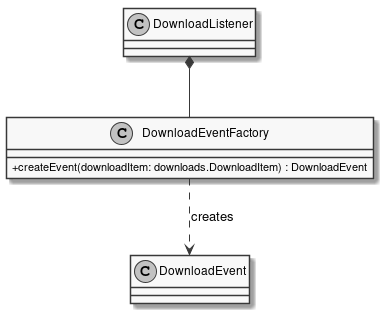
Above: documents/sd/resources/Classes/BrowserExtension/Listeners/DownloadEventFactory.png in insightmind/MORR (PlantUML), before the change.
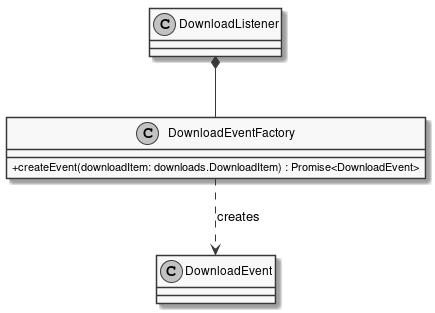
Later version of the same file.

What changed in the source:
```diff
@@ -3,7 +3,7 @@
 skinparam monochrome true
 skinparam classAttributeIconSize 0
 class DownloadEventFactory {
-	+ createEvent(downloadItem: downloads.DownloadItem) : DownloadEvent
+	+ createEvent(downloadItem: downloads.DownloadItem) : Promise<DownloadEvent>
 }
 DownloadListener *-- DownloadEventFactory
 DownloadEventFactory .DOWN.> DownloadEvent : creates
```
